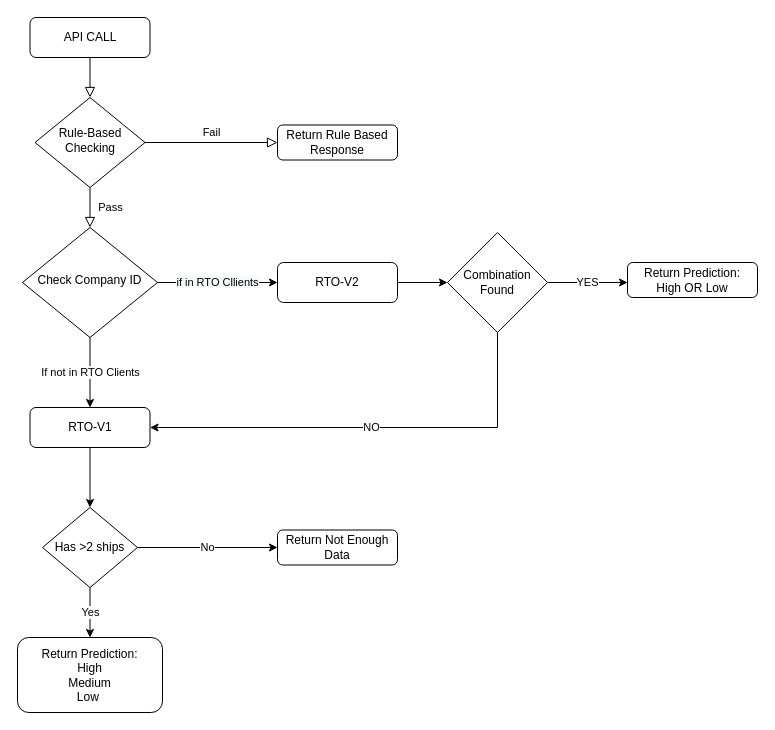
The draw.io diagram Untitled Diagram.drawio in rocket-yg/charts, before the edit. Source tidied: cells renumbered, new cells numbered last; positions are measured from the earlier drawing's top-left corner, leaving out a move shared by most shapes. Both pictures are drawn from the tidied source at 100%, with x=0, y=0 at pixel (17, 17).
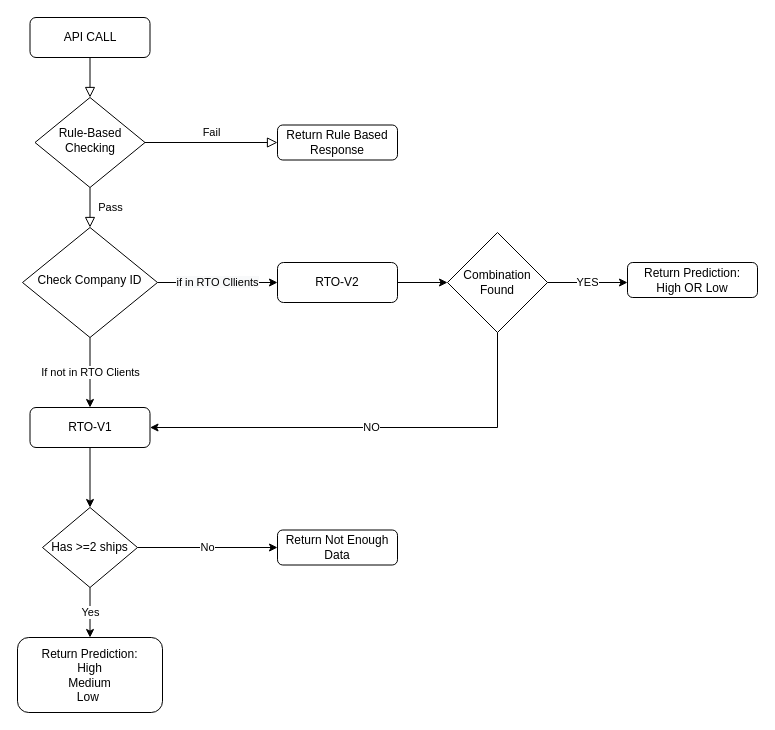
The same page after the edit.

Commit message:
Update rto_flow

Change to the diagram source:
```diff
@@
-    <mxCell id="12" value="Has &amp;gt;2 ships" style="rhombus;whiteSpace=wrap;html=1;" parent="1" vertex="1">
+    <mxCell id="12" value="Has &amp;gt;=2 ships" style="rhombus;whiteSpace=wrap;html=1;" parent="1" vertex="1">
       <mxGeometry x="25" y="490" width="95" height="80" as="geometry" />
     </mxCell>
```
